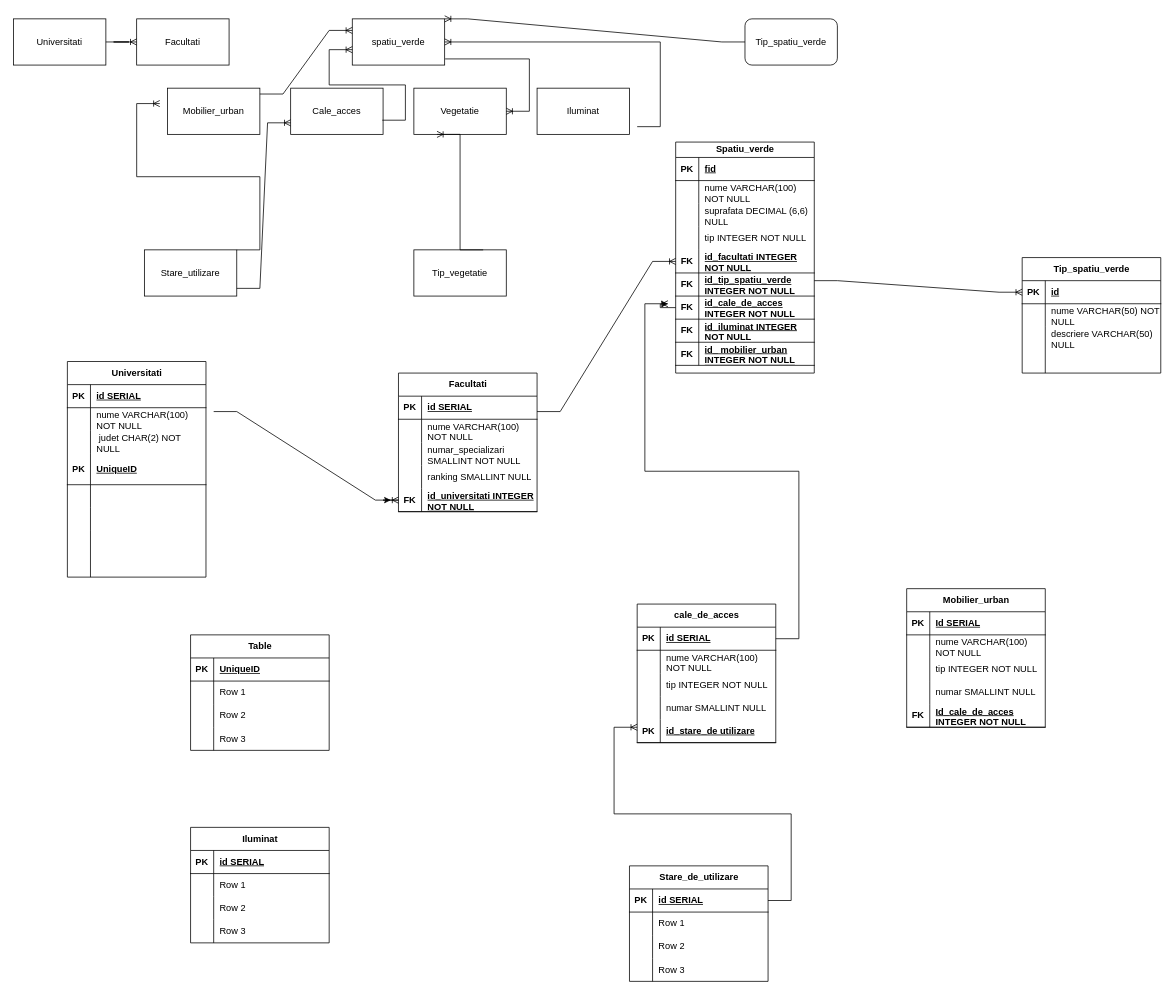
Earlier version of the draw.io diagram Diagramă fără titlu.drawio (AlexGorauvt/examen-sem-1). Source tidied: cells renumbered, new cells numbered last; positions are measured from the earlier drawing's top-left corner, leaving out a move shared by most shapes. Both pictures are drawn from the tidied source at 77%, with x=0, y=0 at pixel (-256, 18).
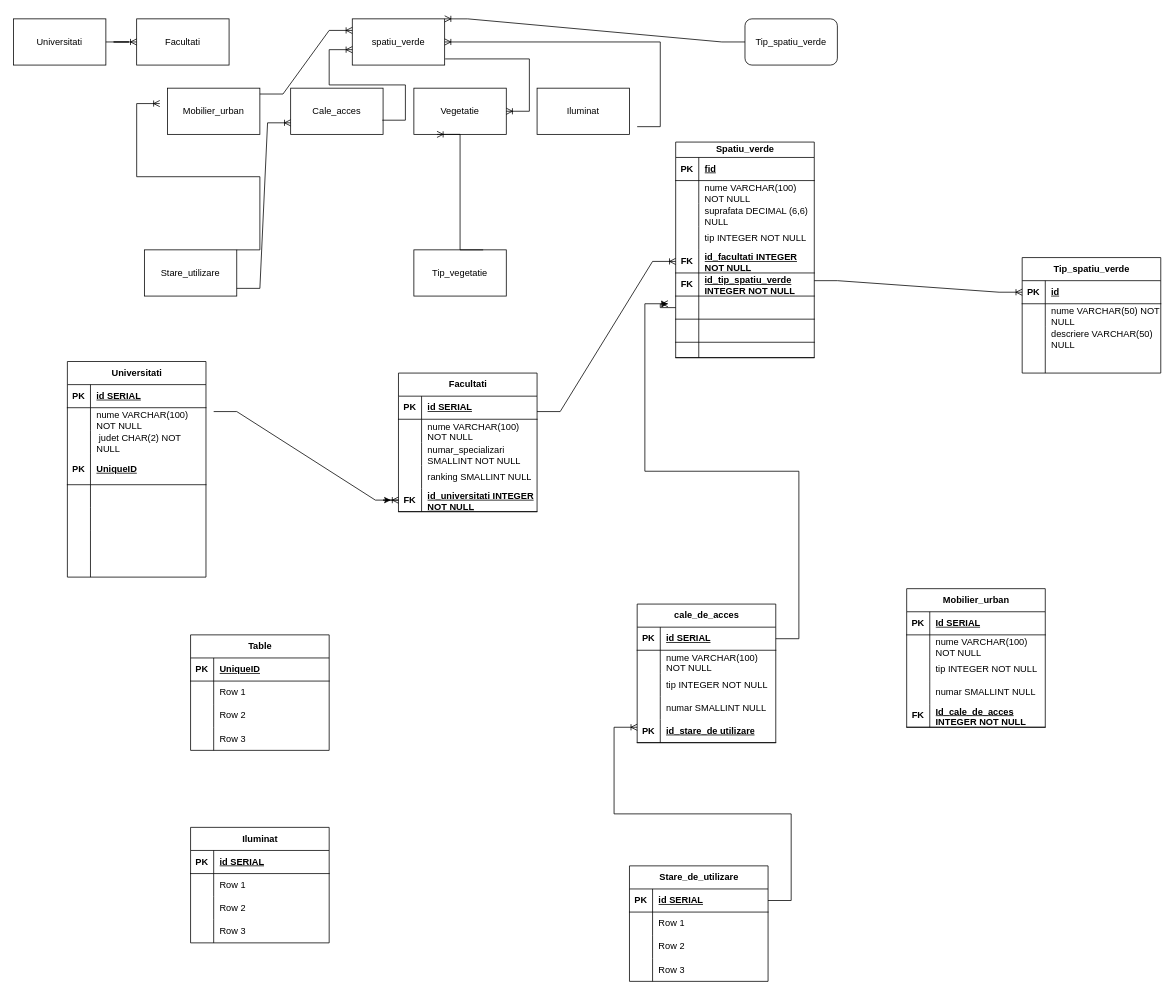
The same diagram, later.

The change refers to these unchanged cells:
```xml
<mxCell id="81" style="shape=tableRow;horizontal=0;startSize=0;swimlaneHead=0;swimlaneBody=0;fillColor=none;points=[[0,0.5],[1,0.5]];portConstraint=eastwest;top=0;left=0;right=0;bottom=1;" parent="62" vertex="1">
  <mxGeometry y="200" width="180" height="30" as="geometry" />
</mxCell>
<mxCell id="84" style="shape=tableRow;horizontal=0;startSize=0;swimlaneHead=0;swimlaneBody=0;fillColor=none;top=0;left=0;right=0;bottom=1;" parent="62" vertex="1">
  <mxGeometry y="230" width="180" height="30" as="geometry" />
</mxCell>
```

Change to the diagram source:
```diff
@@
     <mxCell id="62" value="Spatiu_verde" style="shape=table;startSize=20;childLayout=tableLayout;rowLines=0;fontStyle=1;align=center;html=1;" parent="1" vertex="1">
-      <mxGeometry x="1209" y="160" width="180" height="300" as="geometry" />
+      <mxGeometry x="1209" y="160" width="180" height="280" as="geometry" />
     </mxCell>
@@
-    <mxCell id="82" value="FK" style="shape=partialRectangle;fillColor=none;top=0;left=0;bottom=0;right=0;fontStyle=1;overflow=hidden;whiteSpace=wrap;html=1;" parent="81" vertex="1">
+    <mxCell id="82" style="shape=partialRectangle;fillColor=none;top=0;left=0;bottom=0;right=0;fontStyle=1;overflow=hidden;whiteSpace=wrap;html=1;" parent="81" vertex="1">
       <mxGeometry width="30" height="30" as="geometry" />
     </mxCell>
-    <mxCell id="83" value="id_cale_de_acces INTEGER NOT NULL" style="shape=partialRectangle;fillColor=none;top=0;left=0;bottom=0;right=0;align=left;spacingLeft=6;fontStyle=5;overflow=hidden;whiteSpace=wrap;html=1;" parent="81" vertex="1">
+    <mxCell id="83" style="shape=partialRectangle;fillColor=none;top=0;left=0;bottom=0;right=0;align=left;spacingLeft=6;fontStyle=5;overflow=hidden;whiteSpace=wrap;html=1;" parent="81" vertex="1">
       <mxGeometry x="30" width="150" height="30" as="geometry" />
     </mxCell>
@@
-    <mxCell id="85" value="FK" style="shape=partialRectangle;fillColor=none;top=0;left=0;bottom=0;right=0;fontStyle=1;overflow=hidden;whiteSpace=wrap;html=1;" parent="84" vertex="1">
+    <mxCell id="85" style="shape=partialRectangle;fillColor=none;top=0;left=0;bottom=0;right=0;fontStyle=1;overflow=hidden;whiteSpace=wrap;html=1;" parent="84" vertex="1">
       <mxGeometry width="30" height="30" as="geometry" />
     </mxCell>
-    <mxCell id="86" value="id_iluminat INTEGER NOT NULL" style="shape=partialRectangle;fillColor=none;top=0;left=0;bottom=0;right=0;align=left;spacingLeft=6;fontStyle=5;overflow=hidden;whiteSpace=wrap;html=1;" parent="84" vertex="1">
+    <mxCell id="86" style="shape=partialRectangle;fillColor=none;top=0;left=0;bottom=0;right=0;align=left;spacingLeft=6;fontStyle=5;overflow=hidden;whiteSpace=wrap;html=1;" parent="84" vertex="1">
       <mxGeometry x="30" width="150" height="30" as="geometry" />
     </mxCell>
     <mxCell id="87" style="shape=tableRow;horizontal=0;startSize=0;swimlaneHead=0;swimlaneBody=0;fillColor=none;top=0;left=0;right=0;bottom=1;" parent="62" vertex="1">
-      <mxGeometry y="260" width="180" height="30" as="geometry" />
+      <mxGeometry y="260" width="180" height="20" as="geometry" />
     </mxCell>
-    <mxCell id="88" value="FK" style="shape=partialRectangle;fillColor=none;top=0;left=0;bottom=0;right=0;fontStyle=1;overflow=hidden;whiteSpace=wrap;html=1;" parent="87" vertex="1">
-      <mxGeometry width="30" height="30" as="geometry" />
+    <mxCell id="88" style="shape=partialRectangle;fillColor=none;top=0;left=0;bottom=0;right=0;fontStyle=1;overflow=hidden;whiteSpace=wrap;html=1;" parent="87" vertex="1">
+      <mxGeometry width="30" height="20" as="geometry" />
     </mxCell>
-    <mxCell id="89" value="id_ mobilier_urban INTEGER NOT NULL" style="shape=partialRectangle;fillColor=none;top=0;left=0;bottom=0;right=0;align=left;spacingLeft=6;fontStyle=5;overflow=hidden;whiteSpace=wrap;html=1;" parent="87" vertex="1">
-      <mxGeometry x="30" width="150" height="30" as="geometry" />
+    <mxCell id="89" style="shape=partialRectangle;fillColor=none;top=0;left=0;bottom=0;right=0;align=left;spacingLeft=6;fontStyle=5;overflow=hidden;whiteSpace=wrap;html=1;" parent="87" vertex="1">
+      <mxGeometry x="30" width="150" height="20" as="geometry" />
     </mxCell>
```
